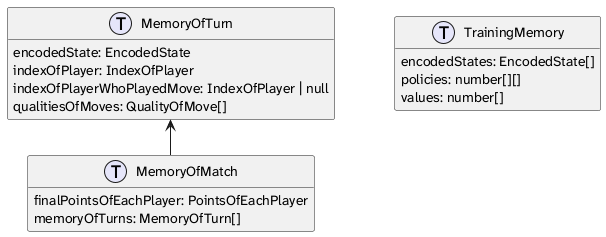
Earlier version of the PlantUML export academic_work/assets/images/uml/search/types_diagram_of_package_search_showing_file_memory.png (gabdumal/tcc-gabriel-malosto-2026). Source of this version:
```plantuml
@startuml types_diagram_of_package_search_showing_file_memory

skinparam linetype ortho
skinparam packageStyle rectangle
skinparam PackageBorderColor transparent
skinparam PackageBackgroundColor #EEEEEE
skinparam defaultFontName "Atkinson Hyperlegible Next"

hide empty members

left to right direction

!function $type($name)
!return "struct " + $name + " << (T,lavender) >>"
!endfunction


$type(MemoryOfTurn) {
  encodedState: EncodedState
  indexOfPlayer: IndexOfPlayer
  indexOfPlayerWhoPlayedMove: IndexOfPlayer | null
  qualitiesOfMoves: QualityOfMove[]
}

$type(MemoryOfMatch) {
  finalPointsOfEachPlayer: PointsOfEachPlayer
  memoryOfTurns: MemoryOfTurn[]
}
MemoryOfMatch -left-> MemoryOfTurn

$type(TrainingMemory) {
  encodedStates: EncodedState[]
  policies: number[][]
  values: number[]
}

TrainingMemory -[hidden]up- MemoryOfTurn


@enduml
```
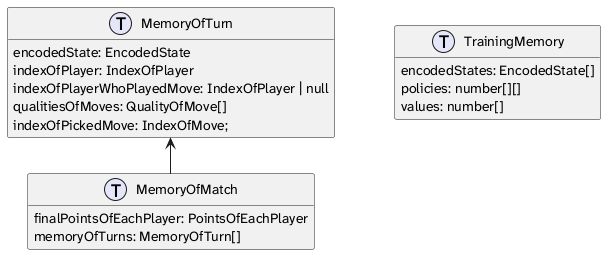
After the change.

Diff of the diagram source:
```diff
@@ -20,6 +20,7 @@
   indexOfPlayer: IndexOfPlayer
   indexOfPlayerWhoPlayedMove: IndexOfPlayer | null
   qualitiesOfMoves: QualityOfMove[]
+  indexOfPickedMove: IndexOfMove;
 }
 
 $type(MemoryOfMatch) {
```
